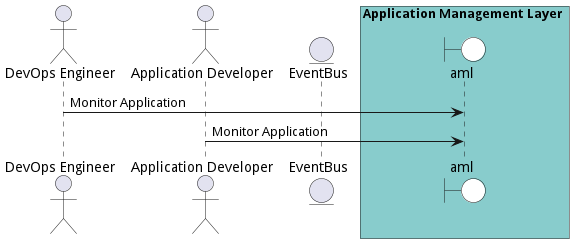
madajaju/edgemere keeps this PlantUML diagram as docs/edgemere/aml/usecases/manageapplications/MonitorApplication.png. Above is the earlier version.
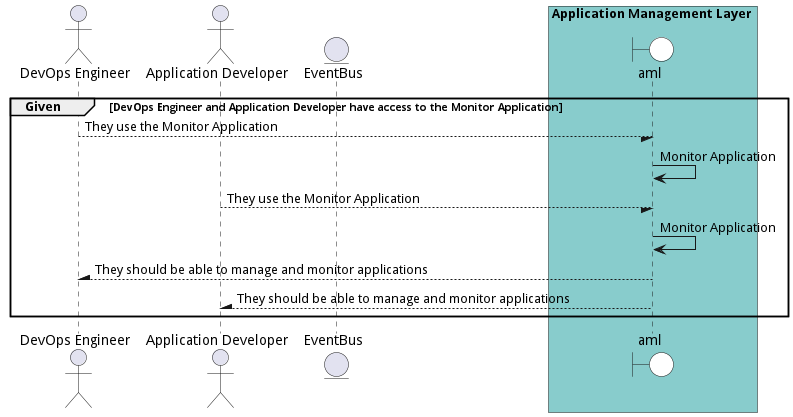
The same diagram one commit later.

What changed in the source:
```diff
@@ -1,4 +1,5 @@
 @startuml
+
 
 actor "DevOps Engineer"
 
@@ -12,12 +13,22 @@
 end box
 
 
+group Given [DevOps Engineer and Application Developer have access to the Monitor Application]
 
-"DevOps Engineer" -> aml: Monitor Application
+"DevOps Engineer" --/ aml: They use the Monitor Application
+"aml" -> aml: Monitor Application
 
 
-"Application Developer" -> aml: Monitor Application
+"Application Developer" --/ aml: They use the Monitor Application
+"aml" -> aml: Monitor Application
 
 
 
+"DevOps Engineer" /-- aml: They should be able to manage and monitor applications
+
+"Application Developer" /-- aml: They should be able to manage and monitor applications
+
+
+end
+
 @enduml
```
